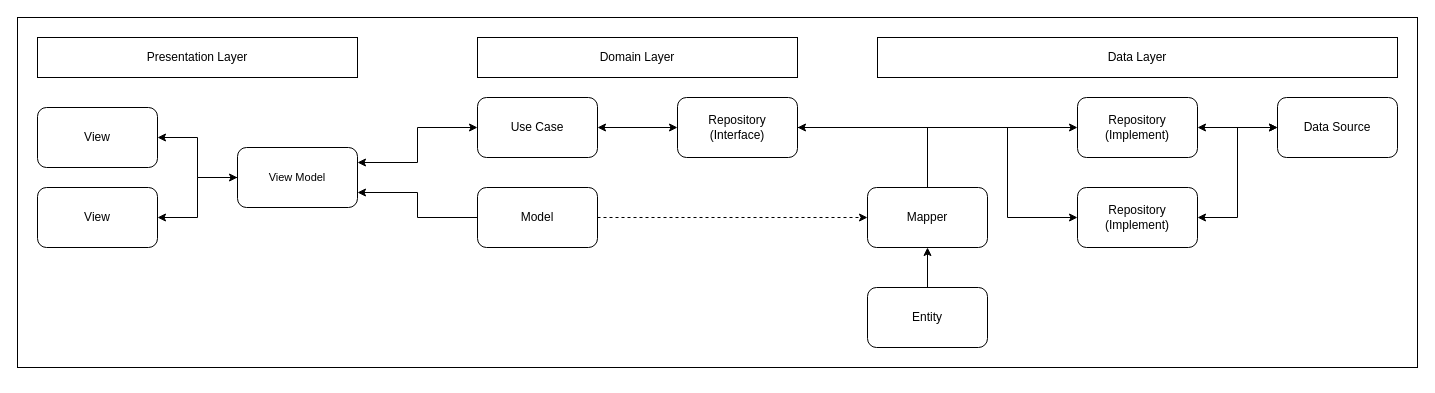
Earlier version of the draw.io diagram Mobile Clean Architecture-MVVM.drawio (Doohyeon-Kim/Flutter-Clean-Architecture-MVVM). Source tidied: cells renumbered, new cells numbered last; positions are measured from the earlier drawing's top-left corner, leaving out a move shared by most shapes. Both pictures are drawn from the tidied source at 100%, with x=0, y=0 at pixel (17, 17).
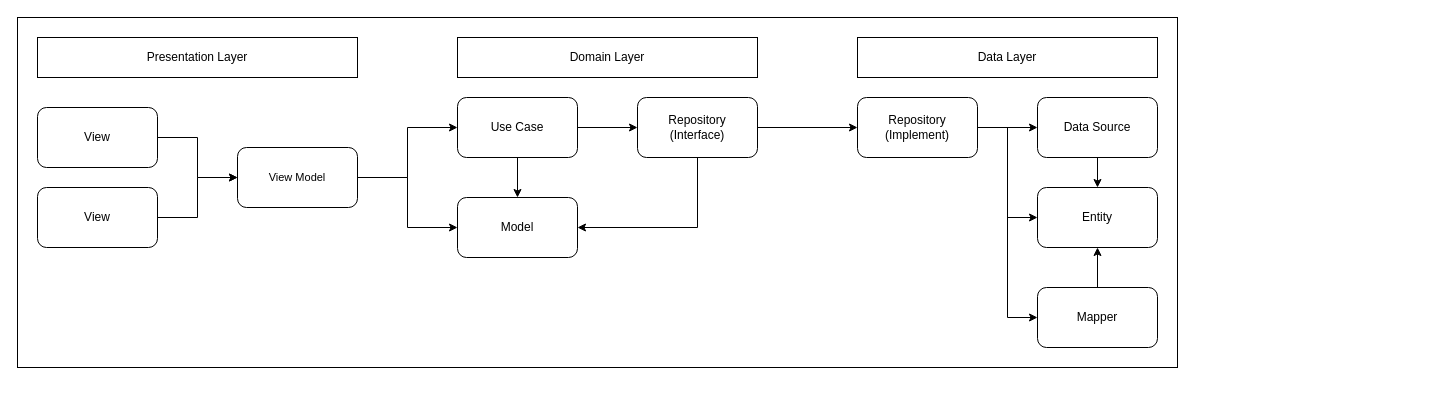
The same diagram, later.

The change refers to these unchanged cells:
```xml
<mxCell id="4" value="View" style="rounded=1;whiteSpace=wrap;html=1;" parent="1" vertex="1">
  <mxGeometry x="20" y="90" width="120" height="60" as="geometry" />
</mxCell>
<mxCell id="8" value="&lt;font style=&quot;font-size: 11px;&quot;&gt;View Model&lt;/font&gt;" style="rounded=1;whiteSpace=wrap;html=1;" parent="1" vertex="1">
  <mxGeometry x="220" y="130" width="120" height="60" as="geometry" />
</mxCell>
<mxCell id="17" value="View" style="rounded=1;whiteSpace=wrap;html=1;" parent="1" vertex="1">
  <mxGeometry x="20" y="170" width="120" height="60" as="geometry" />
</mxCell>
```

Diff of the diagram source:
```diff
@@
     <mxCell id="2" style="rounded=0;whiteSpace=wrap;html=1;" parent="1" vertex="1">
-      <mxGeometry width="1400" height="350" as="geometry" />
+      <mxGeometry width="1160" height="350" as="geometry" />
     </mxCell>
@@
+    <mxCell id="30" style="edgeStyle=orthogonalEdgeStyle;rounded=0;jettySize=auto;html=1;exitX=1;exitY=0.5;exitDx=0;exitDy=0;entryX=0;entryY=0.5;entryDx=0;entryDy=0;" parent="1" edge="1" source="4" target="8">
+      <mxGeometry relative="1" as="geometry" />
+    </mxCell>
@@
-    <mxCell id="5" style="edgeStyle=orthogonalEdgeStyle;rounded=0;jettySize=auto;html=1;exitX=0;exitY=0.5;exitDx=0;exitDy=0;entryX=1;entryY=0.5;entryDx=0;entryDy=0;" parent="1" edge="1" source="8" target="4">
-      <mxGeometry y="-10" relative="1" as="geometry">
-        <Array as="points">
-          <mxPoint x="180" y="160" />
-          <mxPoint x="180" y="120" />
-        </Array>
-      </mxGeometry>
-    </mxCell>
-    <mxCell id="6" style="edgeStyle=orthogonalEdgeStyle;rounded=0;jettySize=auto;html=1;exitX=1;exitY=0.25;exitDx=0;exitDy=0;entryX=0;entryY=0.5;entryDx=0;entryDy=0;startArrow=classic;startFill=1;endArrow=classic;endFill=1;" parent="1" edge="1" source="8" target="10">
-      <mxGeometry relative="1" as="geometry">
-        <Array as="points">
-          <mxPoint x="400" y="145" />
-          <mxPoint x="400" y="110" />
-        </Array>
-      </mxGeometry>
+    <mxCell id="6" style="edgeStyle=orthogonalEdgeStyle;rounded=0;jettySize=auto;html=1;exitX=1;exitY=0.5;exitDx=0;exitDy=0;" parent="1" edge="1" source="8" target="10">
+      <mxGeometry relative="1" as="geometry" />
     </mxCell>
-    <mxCell id="7" style="edgeStyle=orthogonalEdgeStyle;rounded=0;jettySize=auto;html=1;exitX=1;exitY=0.75;exitDx=0;exitDy=0;entryX=0;entryY=0.5;entryDx=0;entryDy=0;startArrow=classic;startFill=1;endArrow=none;endFill=0;" parent="1" edge="1" source="8" target="15">
-      <mxGeometry relative="1" as="geometry">
-        <Array as="points">
-          <mxPoint x="400" y="175" />
-          <mxPoint x="400" y="200" />
-        </Array>
-      </mxGeometry>
+    <mxCell id="7" style="edgeStyle=orthogonalEdgeStyle;rounded=0;jettySize=auto;html=1;exitX=1;exitY=0.5;exitDx=0;exitDy=0;" parent="1" edge="1" source="8" target="15">
+      <mxGeometry relative="1" as="geometry" />
     </mxCell>
@@
+    <mxCell id="31" style="edgeStyle=orthogonalEdgeStyle;rounded=0;jettySize=auto;html=1;exitX=0.5;exitY=1;exitDx=0;exitDy=0;entryX=0.5;entryY=0;entryDx=0;entryDy=0;" parent="1" edge="1" source="10" target="15">
+      <mxGeometry relative="1" as="geometry" />
+    </mxCell>
-    <mxCell id="9" style="edgeStyle=orthogonalEdgeStyle;rounded=0;jettySize=auto;html=1;exitX=1;exitY=0.5;exitDx=0;exitDy=0;entryX=0;entryY=0.5;entryDx=0;entryDy=0;startArrow=classic;startFill=1;endArrow=classic;endFill=1;" parent="1" edge="1" source="10" target="13">
+    <mxCell id="9" style="edgeStyle=orthogonalEdgeStyle;rounded=0;jettySize=auto;html=1;exitX=1;exitY=0.5;exitDx=0;exitDy=0;entryX=0;entryY=0.5;entryDx=0;entryDy=0;" parent="1" edge="1" source="10" target="13">
       <mxGeometry relative="1" as="geometry" />
     </mxCell>
     <mxCell id="10" value="Use Case" style="rounded=1;whiteSpace=wrap;html=1;" parent="1" vertex="1">
-      <mxGeometry x="460" y="80" width="120" height="60" as="geometry" />
+      <mxGeometry x="440" y="80" width="120" height="60" as="geometry" />
     </mxCell>
-    <mxCell id="11" style="edgeStyle=orthogonalEdgeStyle;rounded=0;jettySize=auto;html=1;exitX=1;exitY=0.5;exitDx=0;exitDy=0;entryX=0;entryY=0.5;entryDx=0;entryDy=0;" parent="1" edge="1" source="13" target="28">
-      <mxGeometry x="0.56" y="25" relative="1" as="geometry">
-        <Array as="points">
-          <mxPoint x="990" y="110" />
-          <mxPoint x="990" y="200" />
-        </Array>
-      </mxGeometry>
-    </mxCell>
-    <mxCell id="12" style="edgeStyle=orthogonalEdgeStyle;rounded=0;jettySize=auto;html=1;exitX=1;exitY=0.5;exitDx=0;exitDy=0;entryX=0;entryY=0.5;entryDx=0;entryDy=0;endArrow=classic;endFill=1;startArrow=classic;startFill=1;" parent="1" edge="1" source="13" target="26">
+    <mxCell id="12" style="edgeStyle=orthogonalEdgeStyle;rounded=0;jettySize=auto;html=1;exitX=1;exitY=0.5;exitDx=0;exitDy=0;" parent="1" edge="1" source="13" target="26">
       <mxGeometry relative="1" as="geometry" />
     </mxCell>
+    <mxCell id="32" style="edgeStyle=orthogonalEdgeStyle;rounded=0;jettySize=auto;html=1;exitX=0.5;exitY=1;exitDx=0;exitDy=0;entryX=1;entryY=0.5;entryDx=0;entryDy=0;" parent="1" edge="1" source="13" target="15">
+      <mxGeometry relative="1" as="geometry" />
+    </mxCell>
     <mxCell id="13" value="Repository&lt;br&gt;(Interface)" style="rounded=1;whiteSpace=wrap;html=1;" parent="1" vertex="1">
-      <mxGeometry x="660" y="80" width="120" height="60" as="geometry" />
+      <mxGeometry x="620" y="80" width="120" height="60" as="geometry" />
     </mxCell>
-    <mxCell id="14" style="edgeStyle=orthogonalEdgeStyle;rounded=0;jettySize=auto;html=1;exitX=1;exitY=0.5;exitDx=0;exitDy=0;entryX=0;entryY=0.5;entryDx=0;entryDy=0;dashed=1;" parent="1" edge="1" source="15" target="19">
-      <mxGeometry relative="1" as="geometry">
-        <Array as="points">
-          <mxPoint x="850" y="200" />
-        </Array>
-      </mxGeometry>
-    </mxCell>
     <mxCell id="15" value="Model" style="rounded=1;whiteSpace=wrap;html=1;" parent="1" vertex="1">
-      <mxGeometry x="460" y="170" width="120" height="60" as="geometry" />
+      <mxGeometry x="440" y="180" width="120" height="60" as="geometry" />
     </mxCell>
-    <mxCell id="16" style="edgeStyle=orthogonalEdgeStyle;rounded=0;jettySize=auto;html=1;exitX=1;exitY=0.5;exitDx=0;exitDy=0;entryX=0;entryY=0.5;entryDx=0;entryDy=0;startArrow=classic;startFill=1;" parent="1" edge="1" source="17" target="8">
+    <mxCell id="16" style="edgeStyle=orthogonalEdgeStyle;rounded=0;jettySize=auto;html=1;exitX=1;exitY=0.5;exitDx=0;exitDy=0;entryX=0;entryY=0.5;entryDx=0;entryDy=0;" parent="1" edge="1" source="17" target="8">
       <mxGeometry relative="1" as="geometry" />
     </mxCell>
@@
-    <mxCell id="18" style="edgeStyle=orthogonalEdgeStyle;rounded=0;jettySize=auto;html=1;exitX=0.5;exitY=0;exitDx=0;exitDy=0;endArrow=none;endFill=0;" parent="1" edge="1" source="19">
-      <mxGeometry relative="1" as="geometry">
-        <mxPoint x="910" y="110" as="targetPoint" />
-      </mxGeometry>
-    </mxCell>
+    <mxCell id="33" style="edgeStyle=orthogonalEdgeStyle;rounded=0;jettySize=auto;html=1;exitX=0.5;exitY=0;exitDx=0;exitDy=0;entryX=0.5;entryY=1;entryDx=0;entryDy=0;" parent="1" edge="1" source="19" target="21">
+      <mxGeometry relative="1" as="geometry" />
+    </mxCell>
     <mxCell id="19" value="Mapper" style="rounded=1;whiteSpace=wrap;html=1;" parent="1" vertex="1">
-      <mxGeometry x="850" y="170" width="120" height="60" as="geometry" />
+      <mxGeometry x="1020" y="270" width="120" height="60" as="geometry" />
     </mxCell>
-    <mxCell id="20" style="edgeStyle=orthogonalEdgeStyle;rounded=0;jettySize=auto;html=1;exitX=0.5;exitY=0;exitDx=0;exitDy=0;entryX=0.5;entryY=1;entryDx=0;entryDy=0;strokeWidth=1;fontSize=11;startArrow=none;startFill=0;endArrow=classic;endFill=1;" parent="1" edge="1" source="21" target="19">
-      <mxGeometry relative="1" as="geometry" />
-    </mxCell>
     <mxCell id="21" value="Entity" style="rounded=1;whiteSpace=wrap;html=1;" parent="1" vertex="1">
-      <mxGeometry x="850" y="270" width="120" height="60" as="geometry" />
+      <mxGeometry x="1020" y="170" width="120" height="60" as="geometry" />
     </mxCell>
+    <mxCell id="34" style="edgeStyle=orthogonalEdgeStyle;rounded=0;jettySize=auto;html=1;exitX=0.5;exitY=1;exitDx=0;exitDy=0;entryX=0.5;entryY=0;entryDx=0;entryDy=0;" parent="1" edge="1" source="22" target="21">
+      <mxGeometry relative="1" as="geometry" />
+    </mxCell>
     <mxCell id="22" value="Data Source" style="rounded=1;whiteSpace=wrap;html=1;" parent="1" vertex="1">
-      <mxGeometry x="1260" y="80" width="120" height="60" as="geometry" />
+      <mxGeometry x="1020" y="80" width="120" height="60" as="geometry" />
     </mxCell>
     <mxCell id="23" value="Domain Layer" style="rounded=0;whiteSpace=wrap;html=1;" parent="1" vertex="1">
-      <mxGeometry x="460" y="20" width="320" height="40" as="geometry" />
+      <mxGeometry x="440" y="20" width="300" height="40" as="geometry" />
     </mxCell>
     <mxCell id="24" value="Data Layer" style="rounded=0;whiteSpace=wrap;html=1;" parent="1" vertex="1">
-      <mxGeometry x="860" y="20" width="520" height="40" as="geometry" />
+      <mxGeometry x="840" y="20" width="300" height="40" as="geometry" />
     </mxCell>
+    <mxCell id="35" style="edgeStyle=orthogonalEdgeStyle;rounded=0;jettySize=auto;html=1;exitX=1;exitY=0.5;exitDx=0;exitDy=0;entryX=0;entryY=0.5;entryDx=0;entryDy=0;" parent="1" edge="1" source="26" target="21">
+      <mxGeometry relative="1" as="geometry" />
+    </mxCell>
-    <mxCell id="25" style="edgeStyle=orthogonalEdgeStyle;rounded=0;jettySize=auto;html=1;exitX=1;exitY=0.5;exitDx=0;exitDy=0;startArrow=classic;startFill=1;endArrow=classic;endFill=1;" parent="1" edge="1" source="26" target="22">
+    <mxCell id="25" style="edgeStyle=orthogonalEdgeStyle;rounded=0;jettySize=auto;html=1;exitX=1;exitY=0.5;exitDx=0;exitDy=0;" parent="1" edge="1" source="26" target="22">
       <mxGeometry relative="1" as="geometry" />
     </mxCell>
+    <mxCell id="36" style="edgeStyle=orthogonalEdgeStyle;rounded=0;jettySize=auto;html=1;exitX=1;exitY=0.5;exitDx=0;exitDy=0;entryX=0;entryY=0.5;entryDx=0;entryDy=0;" parent="1" edge="1" source="26" target="19">
+      <mxGeometry relative="1" as="geometry" />
+    </mxCell>
     <mxCell id="26" value="Repository&lt;br&gt;(Implement)" style="rounded=1;whiteSpace=wrap;html=1;" parent="1" vertex="1">
-      <mxGeometry x="1060" y="80" width="120" height="60" as="geometry" />
+      <mxGeometry x="840" y="80" width="120" height="60" as="geometry" />
     </mxCell>
-    <mxCell id="27" style="edgeStyle=orthogonalEdgeStyle;rounded=0;jettySize=auto;html=1;exitX=1;exitY=0.5;exitDx=0;exitDy=0;startArrow=classic;startFill=1;endArrow=classic;endFill=1;entryX=0;entryY=0.5;entryDx=0;entryDy=0;" parent="1" edge="1" source="28" target="22">
-      <mxGeometry y="10" relative="1" as="geometry">
-        <Array as="points">
-          <mxPoint x="1220" y="200" />
-          <mxPoint x="1220" y="110" />
-        </Array>
-      </mxGeometry>
-    </mxCell>
-    <mxCell id="28" value="Repository&lt;br&gt;(Implement)" style="rounded=1;whiteSpace=wrap;html=1;" parent="1" vertex="1">
-      <mxGeometry x="1060" y="170" width="120" height="60" as="geometry" />
-    </mxCell>
```
